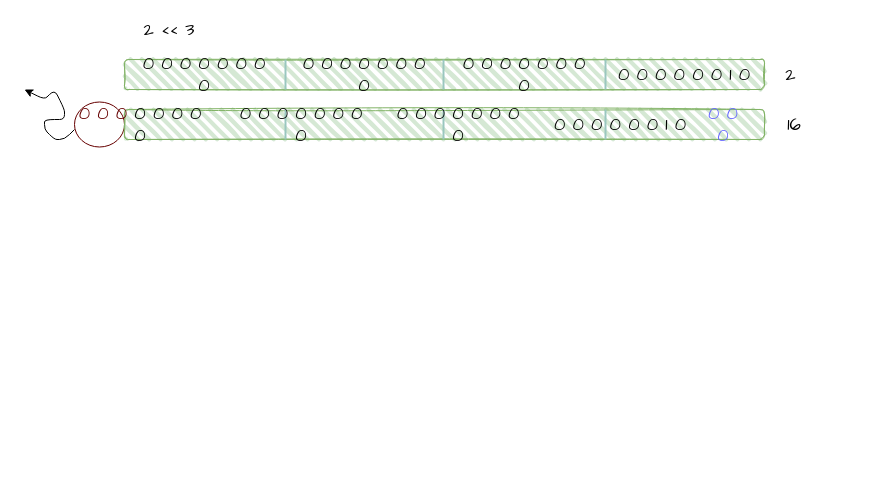
This is JavaStudy-WhiteShip/bitoperator.drawio from accidentlywoo/TIL, a draw.io file, before an edit. Source tidied: cells renumbered, new cells numbered last; positions are measured from the earlier drawing's top-left corner, leaving out a move shared by most shapes. Both pictures are drawn from the tidied source at 100%, with x=0, y=0 at pixel (24, 19).
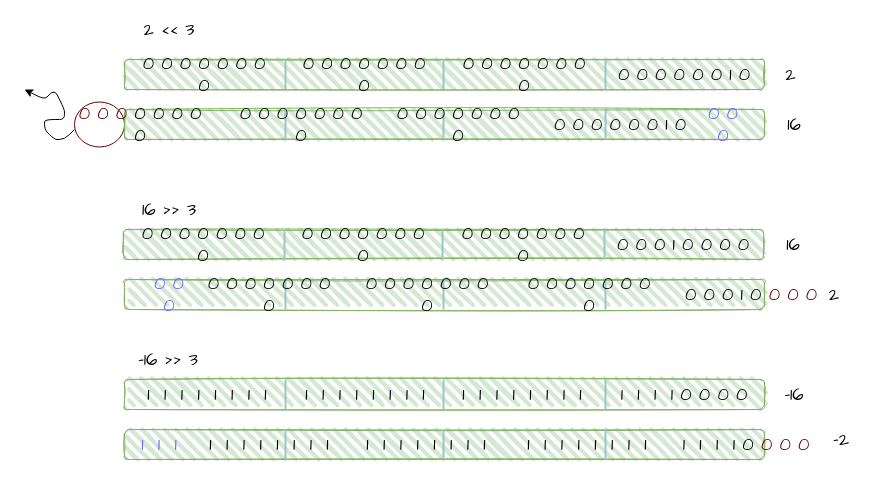
The same page after the edit.

Change to the diagram source:
```diff
@@
+    <mxCell id="26" value="&lt;font style=&quot;font-size: 18px&quot; face=&quot;Comic Sans MS&quot;&gt;16 &amp;gt;&amp;gt; 3&lt;/font&gt;" style="text;html=1;strokeColor=none;fillColor=none;align=center;verticalAlign=middle;whiteSpace=wrap;rounded=0;" parent="1" vertex="1">
+      <mxGeometry x="100" y="180" width="90" height="20" as="geometry" />
+    </mxCell>
+    <mxCell id="27" style="group;" parent="1" vertex="1">
+      <mxGeometry x="99" y="210" width="640" height="30" as="geometry" />
+    </mxCell>
+    <mxCell id="28" style="rounded=1;whiteSpace=wrap;html=1;strokeWidth=1;fillWeight=4;hachureGap=8;hachureAngle=45;fillColor=#d5e8d4;sketch=1;strokeColor=#82b366;" parent="27" vertex="1">
+      <mxGeometry width="640" height="30" as="geometry" />
+    </mxCell>
+    <mxCell id="29" style="line;strokeWidth=2;direction=south;html=1;strokeColor=#9AC7BF;" parent="27" vertex="1">
+      <mxGeometry x="274" width="90" height="30" as="geometry" />
+    </mxCell>
+    <mxCell id="30" style="line;strokeWidth=2;direction=south;html=1;strokeColor=#9AC7BF;" parent="27" vertex="1">
+      <mxGeometry x="116" width="90" height="30" as="geometry" />
+    </mxCell>
+    <mxCell id="31" style="line;strokeWidth=2;direction=south;html=1;strokeColor=#9AC7BF;" parent="27" vertex="1">
+      <mxGeometry x="436" width="90" height="30" as="geometry" />
+    </mxCell>
+    <mxCell id="32" value="&lt;font style=&quot;font-size: 18px&quot; face=&quot;Comic Sans MS&quot;&gt;0 0 0 0 0 0 0 0&lt;/font&gt;" style="text;html=1;strokeColor=none;fillColor=none;align=center;verticalAlign=middle;whiteSpace=wrap;rounded=0;" parent="27" vertex="1">
+      <mxGeometry x="10" y="5" width="140" height="20" as="geometry" />
+    </mxCell>
+    <mxCell id="33" value="&lt;font style=&quot;font-size: 18px&quot; face=&quot;Comic Sans MS&quot;&gt;0 0 0 0 0 0 0 0&lt;/font&gt;" style="text;html=1;strokeColor=none;fillColor=none;align=center;verticalAlign=middle;whiteSpace=wrap;rounded=0;" parent="27" vertex="1">
+      <mxGeometry x="170" y="5" width="140" height="20" as="geometry" />
+    </mxCell>
+    <mxCell id="34" value="&lt;font style=&quot;font-size: 18px&quot; face=&quot;Comic Sans MS&quot;&gt;0 0 0 0 0 0 0 0&lt;/font&gt;" style="text;html=1;strokeColor=none;fillColor=none;align=center;verticalAlign=middle;whiteSpace=wrap;rounded=0;" parent="27" vertex="1">
+      <mxGeometry x="330" y="5" width="140" height="20" as="geometry" />
+    </mxCell>
+    <mxCell id="35" value="&lt;font style=&quot;font-size: 18px&quot; face=&quot;Comic Sans MS&quot;&gt;0 0 0 1 0 0 0 0&lt;/font&gt;" style="text;html=1;strokeColor=none;fillColor=none;align=center;verticalAlign=middle;whiteSpace=wrap;rounded=0;" parent="27" vertex="1">
+      <mxGeometry x="490" y="5" width="140" height="20" as="geometry" />
+    </mxCell>
+    <mxCell id="36" value="&lt;font style=&quot;font-size: 18px&quot; face=&quot;Comic Sans MS&quot;&gt;16&lt;/font&gt;" style="text;html=1;strokeColor=none;fillColor=none;align=center;verticalAlign=middle;whiteSpace=wrap;rounded=0;" parent="1" vertex="1">
+      <mxGeometry x="749" y="215" width="40" height="20" as="geometry" />
+    </mxCell>
+    <mxCell id="37" value="&lt;font style=&quot;font-size: 18px&quot; face=&quot;Comic Sans MS&quot;&gt;2&lt;/font&gt;" style="text;html=1;strokeColor=none;fillColor=none;align=center;verticalAlign=middle;whiteSpace=wrap;rounded=0;" parent="1" vertex="1">
+      <mxGeometry x="790" y="265" width="40" height="20" as="geometry" />
+    </mxCell>
+    <mxCell id="38" value="&lt;font style=&quot;font-size: 18px&quot; face=&quot;Comic Sans MS&quot;&gt;-16 &amp;gt;&amp;gt; 3&lt;/font&gt;" style="text;html=1;strokeColor=none;fillColor=none;align=center;verticalAlign=middle;whiteSpace=wrap;rounded=0;" parent="1" vertex="1">
+      <mxGeometry x="99" y="330" width="90" height="20" as="geometry" />
+    </mxCell>
+    <mxCell id="39" style="group;" parent="1" vertex="1">
+      <mxGeometry x="100" y="260" width="640" height="30" as="geometry" />
+    </mxCell>
+    <mxCell id="40" style="rounded=1;whiteSpace=wrap;html=1;strokeWidth=1;fillWeight=4;hachureGap=8;hachureAngle=45;fillColor=#d5e8d4;sketch=1;strokeColor=#82b366;" parent="39" vertex="1">
+      <mxGeometry width="640" height="30" as="geometry" />
+    </mxCell>
+    <mxCell id="41" style="line;strokeWidth=2;direction=south;html=1;strokeColor=#9AC7BF;" parent="39" vertex="1">
+      <mxGeometry x="274" width="90" height="30" as="geometry" />
+    </mxCell>
+    <mxCell id="42" style="line;strokeWidth=2;direction=south;html=1;strokeColor=#9AC7BF;" parent="39" vertex="1">
+      <mxGeometry x="116" width="90" height="30" as="geometry" />
+    </mxCell>
+    <mxCell id="43" style="line;strokeWidth=2;direction=south;html=1;strokeColor=#9AC7BF;" parent="39" vertex="1">
+      <mxGeometry x="436" width="90" height="30" as="geometry" />
+    </mxCell>
+    <mxCell id="44" value="&lt;font style=&quot;font-size: 18px&quot; face=&quot;Comic Sans MS&quot;&gt;0 0 0 0 0 0 0 0&lt;/font&gt;" style="text;html=1;strokeColor=none;fillColor=none;align=center;verticalAlign=middle;whiteSpace=wrap;rounded=0;" parent="39" vertex="1">
+      <mxGeometry x="75" y="5" width="140" height="20" as="geometry" />
+    </mxCell>
+    <mxCell id="45" value="&lt;font style=&quot;font-size: 18px&quot; face=&quot;Comic Sans MS&quot;&gt;0 0 0 0 0 0 0 0&lt;/font&gt;" style="text;html=1;strokeColor=none;fillColor=none;align=center;verticalAlign=middle;whiteSpace=wrap;rounded=0;" parent="39" vertex="1">
+      <mxGeometry x="233" y="5" width="140" height="20" as="geometry" />
+    </mxCell>
+    <mxCell id="46" value="&lt;font style=&quot;font-size: 18px&quot; face=&quot;Comic Sans MS&quot;&gt;0 0 0 0 0 0 0 0&lt;/font&gt;" style="text;html=1;strokeColor=none;fillColor=none;align=center;verticalAlign=middle;whiteSpace=wrap;rounded=0;" parent="39" vertex="1">
+      <mxGeometry x="395" y="5" width="140" height="20" as="geometry" />
+    </mxCell>
+    <mxCell id="47" value="&lt;font style=&quot;font-size: 18px&quot; face=&quot;Comic Sans MS&quot; color=&quot;#6666ff&quot;&gt;0 0 0&lt;/font&gt;" style="text;html=1;strokeColor=none;fillColor=none;align=center;verticalAlign=middle;whiteSpace=wrap;rounded=0;" parent="39" vertex="1">
+      <mxGeometry x="20" y="5" width="50" height="20" as="geometry" />
+    </mxCell>
+    <mxCell id="48" value="&lt;font style=&quot;font-size: 18px&quot; face=&quot;Comic Sans MS&quot;&gt;0 0 0 1 0&lt;font color=&quot;#660000&quot;&gt; 0 0 0&lt;/font&gt;&lt;/font&gt;" style="text;html=1;strokeColor=none;fillColor=none;align=center;verticalAlign=middle;whiteSpace=wrap;rounded=0;" parent="1" vertex="1">
+      <mxGeometry x="657" y="265" width="140" height="20" as="geometry" />
+    </mxCell>
+    <mxCell id="49" style="group;" parent="1" vertex="1">
+      <mxGeometry x="100" y="360" width="640" height="30" as="geometry" />
+    </mxCell>
+    <mxCell id="50" style="rounded=1;whiteSpace=wrap;html=1;strokeWidth=1;fillWeight=4;hachureGap=8;hachureAngle=45;fillColor=#d5e8d4;sketch=1;strokeColor=#82b366;" parent="49" vertex="1">
+      <mxGeometry width="640" height="30" as="geometry" />
+    </mxCell>
+    <mxCell id="51" style="line;strokeWidth=2;direction=south;html=1;strokeColor=#9AC7BF;" parent="49" vertex="1">
+      <mxGeometry x="274" width="90" height="30" as="geometry" />
+    </mxCell>
+    <mxCell id="52" style="line;strokeWidth=2;direction=south;html=1;strokeColor=#9AC7BF;" parent="49" vertex="1">
+      <mxGeometry x="116" width="90" height="30" as="geometry" />
+    </mxCell>
+    <mxCell id="53" style="line;strokeWidth=2;direction=south;html=1;strokeColor=#9AC7BF;" parent="49" vertex="1">
+      <mxGeometry x="436" width="90" height="30" as="geometry" />
+    </mxCell>
+    <mxCell id="54" value="&lt;font style=&quot;font-size: 18px&quot; face=&quot;Comic Sans MS&quot;&gt;1&amp;nbsp; 1&amp;nbsp; 1&amp;nbsp; 1&amp;nbsp; 1&amp;nbsp; 1&amp;nbsp; 1&amp;nbsp; 1&lt;/font&gt;" style="text;html=1;strokeColor=none;fillColor=none;align=center;verticalAlign=middle;whiteSpace=wrap;rounded=0;" parent="49" vertex="1">
+      <mxGeometry x="8" y="5" width="150" height="20" as="geometry" />
+    </mxCell>
+    <mxCell id="55" value="&lt;font style=&quot;font-size: 18px&quot; face=&quot;Comic Sans MS&quot;&gt;1&amp;nbsp; 1&amp;nbsp; 1&amp;nbsp; 1 0 0 0 0&lt;/font&gt;" style="text;html=1;strokeColor=none;fillColor=none;align=center;verticalAlign=middle;whiteSpace=wrap;rounded=0;" parent="49" vertex="1">
+      <mxGeometry x="490" y="5" width="140" height="20" as="geometry" />
+    </mxCell>
+    <mxCell id="56" value="&lt;font style=&quot;font-size: 18px&quot; face=&quot;Comic Sans MS&quot;&gt;1&amp;nbsp; 1&amp;nbsp; 1&amp;nbsp; 1&amp;nbsp; 1&amp;nbsp; 1&amp;nbsp; 1&amp;nbsp; 1&lt;/font&gt;" style="text;html=1;strokeColor=none;fillColor=none;align=center;verticalAlign=middle;whiteSpace=wrap;rounded=0;" parent="49" vertex="1">
+      <mxGeometry x="166" y="5" width="150" height="20" as="geometry" />
+    </mxCell>
+    <mxCell id="57" value="&lt;font style=&quot;font-size: 18px&quot; face=&quot;Comic Sans MS&quot;&gt;1&amp;nbsp; 1&amp;nbsp; 1&amp;nbsp; 1&amp;nbsp; 1&amp;nbsp; 1&amp;nbsp; 1&amp;nbsp; 1&lt;/font&gt;" style="text;html=1;strokeColor=none;fillColor=none;align=center;verticalAlign=middle;whiteSpace=wrap;rounded=0;" parent="49" vertex="1">
+      <mxGeometry x="323" y="5" width="150" height="20" as="geometry" />
+    </mxCell>
+    <mxCell id="58" value="&lt;font style=&quot;font-size: 18px&quot; face=&quot;Comic Sans MS&quot;&gt;-16&lt;/font&gt;" style="text;html=1;strokeColor=none;fillColor=none;align=center;verticalAlign=middle;whiteSpace=wrap;rounded=0;" parent="1" vertex="1">
+      <mxGeometry x="750" y="365" width="40" height="20" as="geometry" />
+    </mxCell>
+    <mxCell id="59" style="group;" parent="1" vertex="1">
+      <mxGeometry x="100" y="410" width="640" height="30" as="geometry" />
+    </mxCell>
+    <mxCell id="60" style="rounded=1;whiteSpace=wrap;html=1;strokeWidth=1;fillWeight=4;hachureGap=8;hachureAngle=45;fillColor=#d5e8d4;sketch=1;strokeColor=#82b366;" parent="59" vertex="1">
+      <mxGeometry width="640" height="30" as="geometry" />
+    </mxCell>
+    <mxCell id="61" style="line;strokeWidth=2;direction=south;html=1;strokeColor=#9AC7BF;" parent="59" vertex="1">
+      <mxGeometry x="274" width="90" height="30" as="geometry" />
+    </mxCell>
+    <mxCell id="62" style="line;strokeWidth=2;direction=south;html=1;strokeColor=#9AC7BF;" parent="59" vertex="1">
+      <mxGeometry x="116" width="90" height="30" as="geometry" />
+    </mxCell>
+    <mxCell id="63" style="line;strokeWidth=2;direction=south;html=1;strokeColor=#9AC7BF;" parent="59" vertex="1">
+      <mxGeometry x="436" width="90" height="30" as="geometry" />
+    </mxCell>
+    <mxCell id="64" value="&lt;font style=&quot;font-size: 18px&quot; face=&quot;Comic Sans MS&quot;&gt;1&amp;nbsp; 1&amp;nbsp; 1&amp;nbsp; 1&amp;nbsp; 1&amp;nbsp; 1&amp;nbsp; 1&amp;nbsp; 1&lt;/font&gt;" style="text;html=1;strokeColor=none;fillColor=none;align=center;verticalAlign=middle;whiteSpace=wrap;rounded=0;" parent="59" vertex="1">
+      <mxGeometry x="70" y="5" width="150" height="20" as="geometry" />
+    </mxCell>
+    <mxCell id="65" value="&lt;font style=&quot;font-size: 18px&quot; face=&quot;Comic Sans MS&quot;&gt;1&amp;nbsp; 1&amp;nbsp; 1&amp;nbsp; 1 0 &lt;font color=&quot;#660000&quot;&gt;0 0 0&lt;/font&gt;&lt;/font&gt;" style="text;html=1;strokeColor=none;fillColor=none;align=center;verticalAlign=middle;whiteSpace=wrap;rounded=0;" parent="59" vertex="1">
+      <mxGeometry x="552" y="5" width="140" height="20" as="geometry" />
+    </mxCell>
+    <mxCell id="66" value="&lt;font style=&quot;font-size: 18px&quot; face=&quot;Comic Sans MS&quot;&gt;1&amp;nbsp; 1&amp;nbsp; 1&amp;nbsp; 1&amp;nbsp; 1&amp;nbsp; 1&amp;nbsp; 1&amp;nbsp; 1&lt;/font&gt;" style="text;html=1;strokeColor=none;fillColor=none;align=center;verticalAlign=middle;whiteSpace=wrap;rounded=0;" parent="59" vertex="1">
+      <mxGeometry x="227" y="5" width="150" height="20" as="geometry" />
+    </mxCell>
+    <mxCell id="67" value="&lt;font style=&quot;font-size: 18px&quot; face=&quot;Comic Sans MS&quot;&gt;1&amp;nbsp; 1&amp;nbsp; 1&amp;nbsp; 1&amp;nbsp; 1&amp;nbsp; 1&amp;nbsp; 1&amp;nbsp; 1&lt;/font&gt;" style="text;html=1;strokeColor=none;fillColor=none;align=center;verticalAlign=middle;whiteSpace=wrap;rounded=0;" parent="59" vertex="1">
+      <mxGeometry x="388" y="5" width="150" height="20" as="geometry" />
+    </mxCell>
+    <mxCell id="68" value="&lt;font style=&quot;font-size: 18px&quot; face=&quot;Comic Sans MS&quot; color=&quot;#6666ff&quot;&gt;1&amp;nbsp; 1&amp;nbsp; 1&lt;/font&gt;" style="text;html=1;strokeColor=none;fillColor=none;align=center;verticalAlign=middle;whiteSpace=wrap;rounded=0;" parent="59" vertex="1">
+      <mxGeometry x="10" y="5" width="50" height="20" as="geometry" />
+    </mxCell>
+    <mxCell id="69" value="&lt;font style=&quot;font-size: 18px&quot; face=&quot;Comic Sans MS&quot;&gt;-2&lt;/font&gt;" style="text;html=1;strokeColor=none;fillColor=none;align=center;verticalAlign=middle;whiteSpace=wrap;rounded=0;" parent="1" vertex="1">
+      <mxGeometry x="797" y="410" width="40" height="20" as="geometry" />
+    </mxCell>
```
